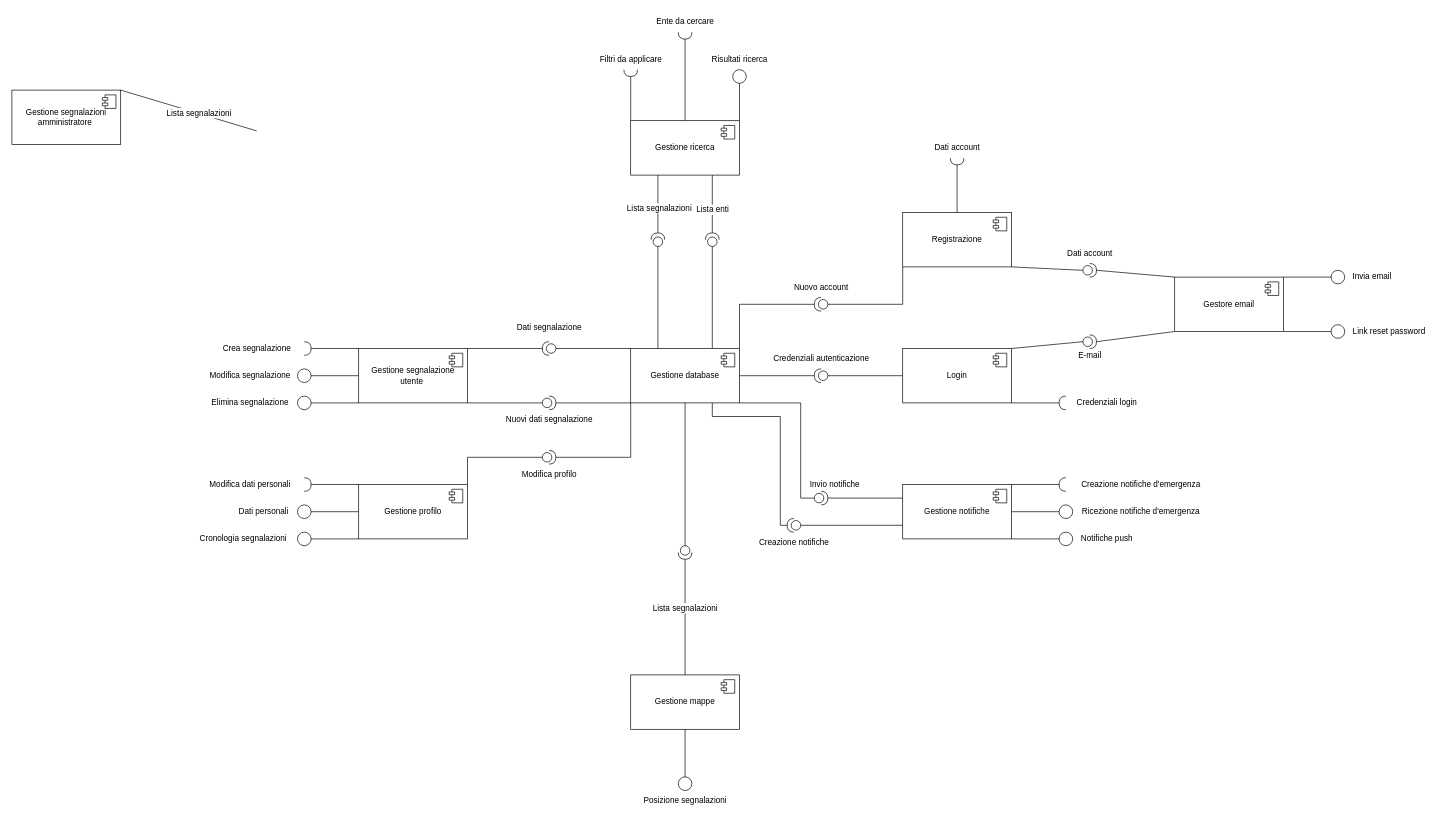
Before: page "Copia di Pagina-1" (2 of 2) of ComponentDiagram.drawio in LucaBarbolini/Prova1, a draw.io diagram. Source tidied: cells renumbered, new cells numbered last; positions are measured from the earlier drawing's top-left corner, leaving out a move shared by most shapes. Both pictures are drawn from the tidied source at 68%, with x=0, y=0 at pixel (12, 12).
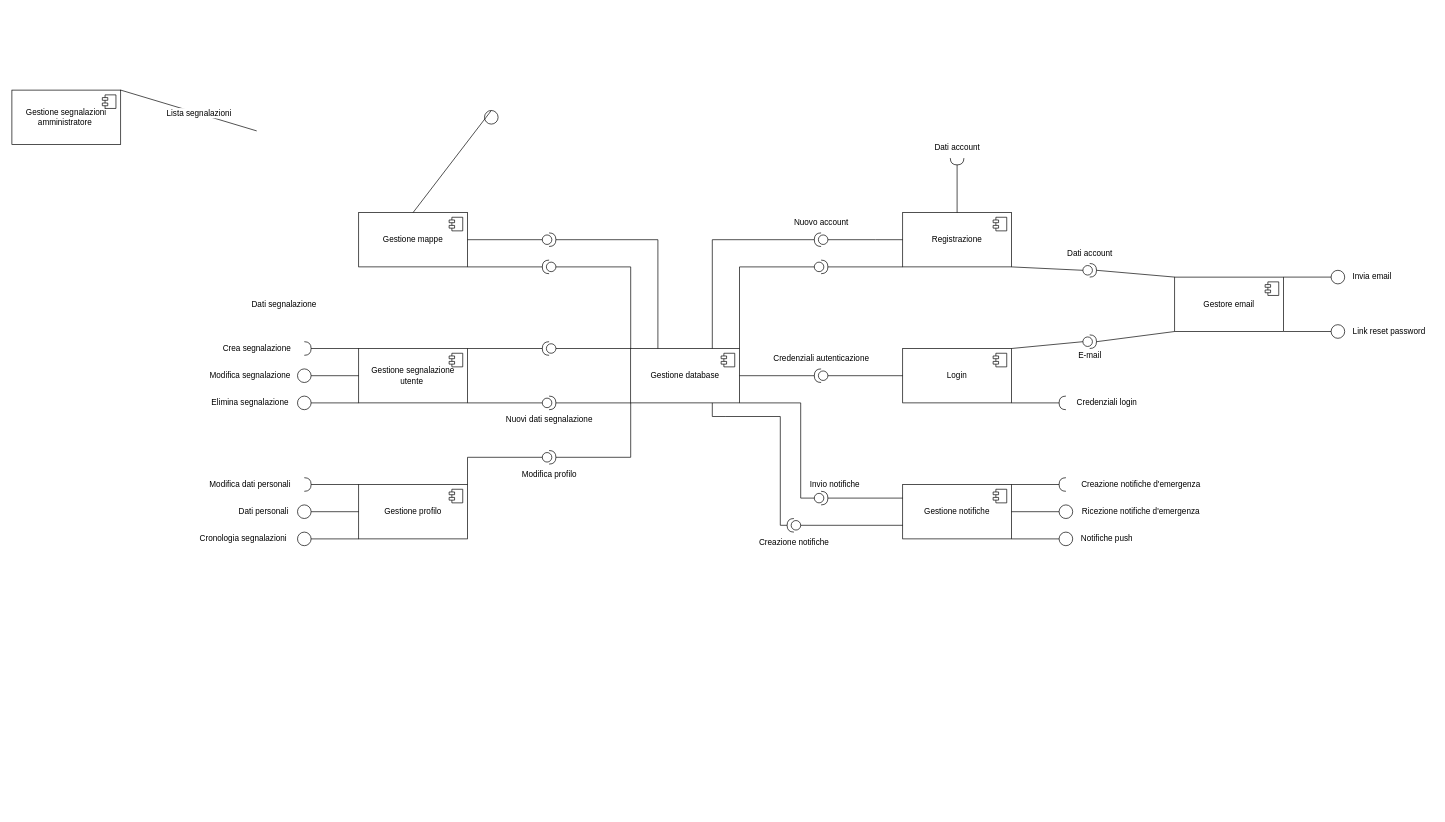
The same diagram, later.

The change refers to these unchanged cells:
```xml
<mxCell id="2" value="Gestione database" style="html=1;whiteSpace=wrap;" parent="1" vertex="1">
  <mxGeometry x="910" y="495" width="160" height="80" as="geometry" />
</mxCell>
<mxCell id="8" value="Registrazione" style="html=1;whiteSpace=wrap;fontFamily=Helvetica;" parent="1" vertex="1">
  <mxGeometry x="1310" y="295" width="160" height="80" as="geometry" />
</mxCell>
```

The edit, as a diff of the source:
```diff
@@
-    <mxCell id="4" value="Gestione ricerca" style="html=1;whiteSpace=wrap;" parent="1" vertex="1">
-      <mxGeometry x="910" y="160" width="160" height="80" as="geometry" />
-    </mxCell>
-    <mxCell id="5" style="shape=module;jettyWidth=8;jettyHeight=4;" parent="4" vertex="1">
-      <mxGeometry x="1" width="20" height="20" relative="1" as="geometry">
-        <mxPoint x="-27" y="7" as="offset" />
-      </mxGeometry>
-    </mxCell>
@@
     <mxCell id="16" value="Gestione mappe" style="html=1;whiteSpace=wrap;" parent="1" vertex="1">
-      <mxGeometry x="910" y="975" width="160" height="80" as="geometry" />
+      <mxGeometry x="510" y="295" width="160" height="80" as="geometry" />
     </mxCell>
@@
-    <mxCell id="24" style="ellipse;whiteSpace=wrap;html=1;direction=south;" parent="1" vertex="1">
-      <mxGeometry x="1060" y="85" width="20" height="20" as="geometry" />
-    </mxCell>
-    <mxCell id="25" style="endArrow=none;html=1;rounded=0;entryX=1;entryY=0;entryDx=0;entryDy=0;exitX=1;exitY=0.5;exitDx=0;exitDy=0;" parent="1" edge="1" source="24" target="4">
-      <mxGeometry relative="1" as="geometry" />
-    </mxCell>
-    <mxCell id="26" value="Filtri da applicare" style="text;html=1;align=center;verticalAlign=middle;strokeColor=none;fillColor=none;" parent="1" vertex="1">
-      <mxGeometry x="855" y="55" width="110" height="30" as="geometry" />
-    </mxCell>
-    <mxCell id="27" style="shape=requiredInterface;html=1;verticalLabelPosition=bottom;sketch=0;direction=south;" parent="1" vertex="1">
-      <mxGeometry x="900" y="85" width="20" height="10" as="geometry" />
-    </mxCell>
-    <mxCell id="28" style="endArrow=none;html=1;rounded=0;entryX=0;entryY=0;entryDx=0;entryDy=0;exitX=1;exitY=0.5;exitDx=0;exitDy=0;exitPerimeter=0;" parent="1" edge="1" source="27" target="4">
-      <mxGeometry relative="1" as="geometry" />
-    </mxCell>
-    <mxCell id="29" value="Risultati ricerca" style="text;html=1;align=center;verticalAlign=middle;strokeColor=none;fillColor=none;" parent="1" vertex="1">
-      <mxGeometry x="1015" y="55" width="110" height="30" as="geometry" />
-    </mxCell>
@@
     <mxCell id="52" style="shape=providedRequiredInterface;html=1;verticalLabelPosition=bottom;sketch=0;direction=west;rotation=0;" parent="1" vertex="1">
-      <mxGeometry x="1180" y="420" width="20" height="20" as="geometry" />
+      <mxGeometry x="1180" y="325" width="20" height="20" as="geometry" />
     </mxCell>
-    <mxCell id="53" style="endArrow=none;html=1;rounded=0;entryX=1;entryY=0;entryDx=0;entryDy=0;exitX=1;exitY=0.5;exitDx=0;exitDy=0;exitPerimeter=0;" parent="1" edge="1" source="52" target="2">
+    <mxCell id="53" style="endArrow=none;html=1;rounded=0;entryX=0.75;entryY=0;entryDx=0;entryDy=0;exitX=1;exitY=0.5;exitDx=0;exitDy=0;exitPerimeter=0;" parent="1" edge="1" source="52" target="2">
       <mxGeometry relative="1" as="geometry">
         <Array as="points">
-          <mxPoint x="1070" y="430" />
+          <mxPoint x="1030" y="335" />
         </Array>
       </mxGeometry>
     </mxCell>
-    <mxCell id="54" style="endArrow=none;html=1;rounded=0;entryX=0;entryY=1;entryDx=0;entryDy=0;exitX=0;exitY=0.5;exitDx=0;exitDy=0;exitPerimeter=0;" parent="1" edge="1" source="52" target="8">
+    <mxCell id="54" style="endArrow=none;html=1;rounded=0;entryX=0;entryY=0.5;entryDx=0;entryDy=0;exitX=0;exitY=0.5;exitDx=0;exitDy=0;exitPerimeter=0;" parent="1" edge="1" source="52" target="8">
       <mxGeometry relative="1" as="geometry">
         <Array as="points">
-          <mxPoint x="1310" y="430" />
+          <mxPoint x="1270" y="335" />
         </Array>
       </mxGeometry>
     </mxCell>
     <mxCell id="55" value="Nuovo account" style="text;html=1;align=center;verticalAlign=middle;strokeColor=none;fillColor=none;" parent="1" vertex="1">
-      <mxGeometry x="1140" y="390" width="100" height="30" as="geometry" />
+      <mxGeometry x="1140" y="295" width="100" height="30" as="geometry" />
     </mxCell>
@@
-    <mxCell id="64" style="shape=requiredInterface;html=1;verticalLabelPosition=bottom;sketch=0;direction=south;" parent="1" vertex="1">
-      <mxGeometry x="980" y="30" width="20" height="10" as="geometry" />
-    </mxCell>
-    <mxCell id="65" style="endArrow=none;html=1;rounded=0;entryX=0.5;entryY=0;entryDx=0;entryDy=0;exitX=1;exitY=0.5;exitDx=0;exitDy=0;exitPerimeter=0;" parent="1" edge="1" source="64" target="4">
-      <mxGeometry relative="1" as="geometry" />
-    </mxCell>
-    <mxCell id="66" value="Ente da cercare" style="text;html=1;align=center;verticalAlign=middle;strokeColor=none;fillColor=none;" parent="1" vertex="1">
-      <mxGeometry x="935" width="110" height="30" as="geometry" />
-    </mxCell>
-    <mxCell id="67" style="shape=providedRequiredInterface;html=1;verticalLabelPosition=bottom;sketch=0;direction=north;rotation=0;" parent="1" vertex="1">
-      <mxGeometry x="1020" y="325" width="20" height="20" as="geometry" />
-    </mxCell>
-    <mxCell id="68" style="endArrow=none;html=1;rounded=0;exitX=0;exitY=0.5;exitDx=0;exitDy=0;exitPerimeter=0;sourcePerimeterSpacing=0;entryX=0.75;entryY=0;entryDx=0;entryDy=0;" parent="1" edge="1" source="67" target="2">
-      <mxGeometry relative="1" as="geometry">
-        <Array as="points">
-          <mxPoint x="1030" y="355" />
-          <mxPoint x="1030" y="415" />
-        </Array>
-      </mxGeometry>
-    </mxCell>
-    <mxCell id="69" style="endArrow=none;html=1;rounded=0;entryX=0.75;entryY=1;entryDx=0;entryDy=0;exitX=1;exitY=0.5;exitDx=0;exitDy=0;exitPerimeter=0;" parent="1" edge="1" source="67" target="4">
-      <mxGeometry relative="1" as="geometry" />
-    </mxCell>
-    <mxCell id="70" value="&lt;span style=&quot;font-size: 12px;&quot;&gt;Lista enti&amp;nbsp;&lt;/span&gt;" style="edgeLabel;html=1;align=center;verticalAlign=middle;labelBackgroundColor=default;" parent="69" vertex="1">
-      <mxGeometry x="-0.17" y="-1" relative="1" as="geometry" />
-    </mxCell>
-    <mxCell id="71" style="shape=providedRequiredInterface;html=1;verticalLabelPosition=bottom;sketch=0;direction=north;rotation=0;" parent="1" vertex="1">
-      <mxGeometry x="940" y="325" width="20" height="20" as="geometry" />
-    </mxCell>
-    <mxCell id="72" style="endArrow=none;html=1;rounded=0;entryX=0.25;entryY=0;entryDx=0;entryDy=0;exitX=0;exitY=0.5;exitDx=0;exitDy=0;exitPerimeter=0;" parent="1" edge="1" source="71" target="2">
-      <mxGeometry relative="1" as="geometry" />
-    </mxCell>
-    <mxCell id="73" style="endArrow=none;html=1;rounded=0;entryX=1;entryY=0.5;entryDx=0;entryDy=0;entryPerimeter=0;exitX=0.25;exitY=1;exitDx=0;exitDy=0;" parent="1" edge="1" source="4" target="71">
-      <mxGeometry relative="1" as="geometry" />
-    </mxCell>
-    <mxCell id="74" value="&lt;span style=&quot;font-size: 12px;&quot;&gt;Lista segnalazioni&lt;/span&gt;" style="edgeLabel;html=1;align=center;verticalAlign=middle;labelBackgroundColor=light-dark(#ffffff, #ededed);" parent="73" vertex="1">
-      <mxGeometry x="0.14" y="1" relative="1" as="geometry" />
-    </mxCell>
-    <mxCell id="75" style="shape=providedRequiredInterface;html=1;verticalLabelPosition=bottom;sketch=0;direction=south;" parent="1" vertex="1">
-      <mxGeometry x="980" y="785" width="20" height="20" as="geometry" />
+    <mxCell id="75" style="shape=providedRequiredInterface;html=1;verticalLabelPosition=bottom;sketch=0;direction=west;" parent="1" vertex="1">
+      <mxGeometry x="780" y="365" width="20" height="20" as="geometry" />
     </mxCell>
-    <mxCell id="76" style="endArrow=none;html=1;rounded=0;entryX=0.5;entryY=1;entryDx=0;entryDy=0;exitX=0;exitY=0.5;exitDx=0;exitDy=0;exitPerimeter=0;" parent="1" edge="1" source="75" target="2">
-      <mxGeometry relative="1" as="geometry" />
+    <mxCell id="76" style="endArrow=none;html=1;rounded=0;entryX=0;entryY=0;entryDx=0;entryDy=0;exitX=0;exitY=0.5;exitDx=0;exitDy=0;exitPerimeter=0;" parent="1" edge="1" source="75" target="2">
+      <mxGeometry relative="1" as="geometry">
+        <Array as="points">
+          <mxPoint x="910" y="375" />
+        </Array>
+      </mxGeometry>
     </mxCell>
-    <mxCell id="77" style="endArrow=none;html=1;rounded=0;entryX=0.5;entryY=0;entryDx=0;entryDy=0;exitX=1;exitY=0.5;exitDx=0;exitDy=0;exitPerimeter=0;" parent="1" edge="1" source="75" target="16">
+    <mxCell id="77" style="endArrow=none;html=1;rounded=0;entryX=1;entryY=1;entryDx=0;entryDy=0;exitX=1;exitY=0.5;exitDx=0;exitDy=0;exitPerimeter=0;" parent="1" edge="1" source="75" target="16">
       <mxGeometry relative="1" as="geometry" />
     </mxCell>
-    <mxCell id="78" value="&lt;span style=&quot;font-size: 12px;&quot;&gt;Lista segnalazioni&lt;/span&gt;" style="edgeLabel;html=1;align=center;verticalAlign=middle;labelBackgroundColor=#FFFFFF;" parent="77" vertex="1">
-      <mxGeometry x="-0.16" y="-1" relative="1" as="geometry" />
-    </mxCell>
     <mxCell id="79" style="ellipse;whiteSpace=wrap;html=1;" parent="1" vertex="1">
-      <mxGeometry x="980" y="1125" width="20" height="20" as="geometry" />
+      <mxGeometry x="695" y="145" width="20" height="20" as="geometry" />
     </mxCell>
-    <mxCell id="80" style="endArrow=none;html=1;rounded=0;entryX=0.5;entryY=1;entryDx=0;entryDy=0;exitX=0.5;exitY=0;exitDx=0;exitDy=0;" parent="1" edge="1" source="79" target="16">
+    <mxCell id="80" style="endArrow=none;html=1;rounded=0;entryX=0.5;entryY=0;entryDx=0;entryDy=0;exitX=0.5;exitY=0;exitDx=0;exitDy=0;" parent="1" edge="1" source="79" target="16">
       <mxGeometry relative="1" as="geometry" />
     </mxCell>
-    <mxCell id="81" value="Posizione segnalazioni" style="text;html=1;align=center;verticalAlign=middle;strokeColor=none;fillColor=none;rounded=1;" parent="1" vertex="1">
-      <mxGeometry x="915" y="1145" width="150" height="30" as="geometry" />
-    </mxCell>
@@
     <mxCell id="92" value="Dati segnalazione" style="text;html=1;align=center;verticalAlign=middle;strokeColor=none;fillColor=none;" parent="1" vertex="1">
-      <mxGeometry x="730" y="450" width="120" height="30" as="geometry" />
+      <mxGeometry x="340" y="415" width="120" height="30" as="geometry" />
     </mxCell>
@@
+    <mxCell id="125" style="shape=providedRequiredInterface;html=1;verticalLabelPosition=bottom;sketch=0;direction=east;rotation=0;" parent="1" vertex="1">
+      <mxGeometry x="1180" y="365" width="20" height="20" as="geometry" />
+    </mxCell>
+    <mxCell id="126" style="endArrow=none;html=1;rounded=0;entryX=0;entryY=1;entryDx=0;entryDy=0;exitX=1;exitY=0.5;exitDx=0;exitDy=0;exitPerimeter=0;" parent="1" edge="1" source="125" target="8">
+      <mxGeometry relative="1" as="geometry" />
+    </mxCell>
+    <mxCell id="127" style="endArrow=none;html=1;rounded=0;entryX=0;entryY=0.5;entryDx=0;entryDy=0;entryPerimeter=0;exitX=1;exitY=0;exitDx=0;exitDy=0;" parent="1" edge="1" source="2" target="125">
+      <mxGeometry relative="1" as="geometry">
+        <Array as="points">
+          <mxPoint x="1070" y="375" />
+        </Array>
+      </mxGeometry>
+    </mxCell>
+    <mxCell id="128" style="shape=providedRequiredInterface;html=1;verticalLabelPosition=bottom;sketch=0;direction=east;" parent="1" vertex="1">
+      <mxGeometry x="780" y="325" width="20" height="20" as="geometry" />
+    </mxCell>
+    <mxCell id="129" style="endArrow=none;html=1;rounded=0;entryX=1;entryY=0.5;entryDx=0;entryDy=0;exitX=0;exitY=0.5;exitDx=0;exitDy=0;exitPerimeter=0;" parent="1" edge="1" source="128" target="16">
+      <mxGeometry relative="1" as="geometry" />
+    </mxCell>
+    <mxCell id="130" style="endArrow=none;html=1;rounded=0;entryX=0.25;entryY=0;entryDx=0;entryDy=0;exitX=1;exitY=0.5;exitDx=0;exitDy=0;exitPerimeter=0;" parent="1" edge="1" source="128" target="2">
+      <mxGeometry relative="1" as="geometry">
+        <Array as="points">
+          <mxPoint x="950" y="335" />
+        </Array>
+      </mxGeometry>
+    </mxCell>
```
